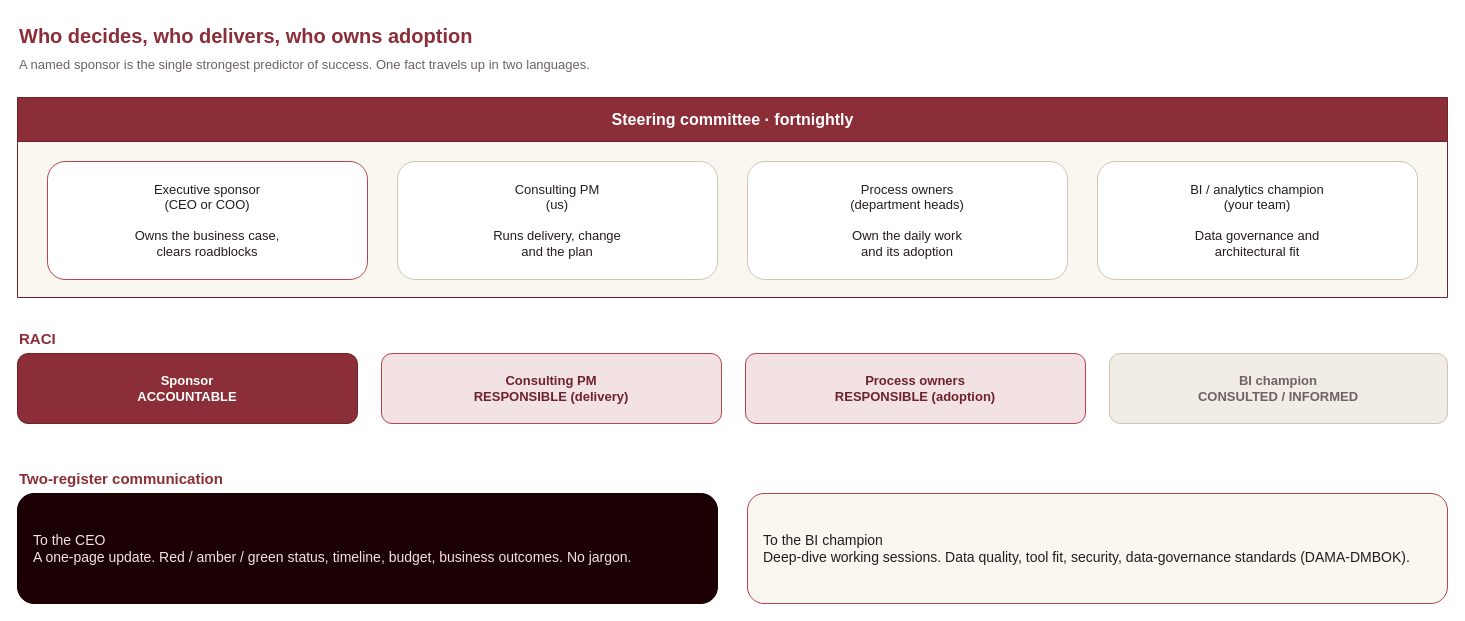
ademczuk/top-spirit-delivery keeps this draw.io diagram as diagrams/2-governance.drawio. Above is the earlier version. Source tidied: cells renumbered, new cells numbered last; positions are measured from the earlier drawing's top-left corner, leaving out a move shared by most shapes. Both pictures are drawn from the tidied source at 100%, with x=0, y=0 at pixel (17, 17).
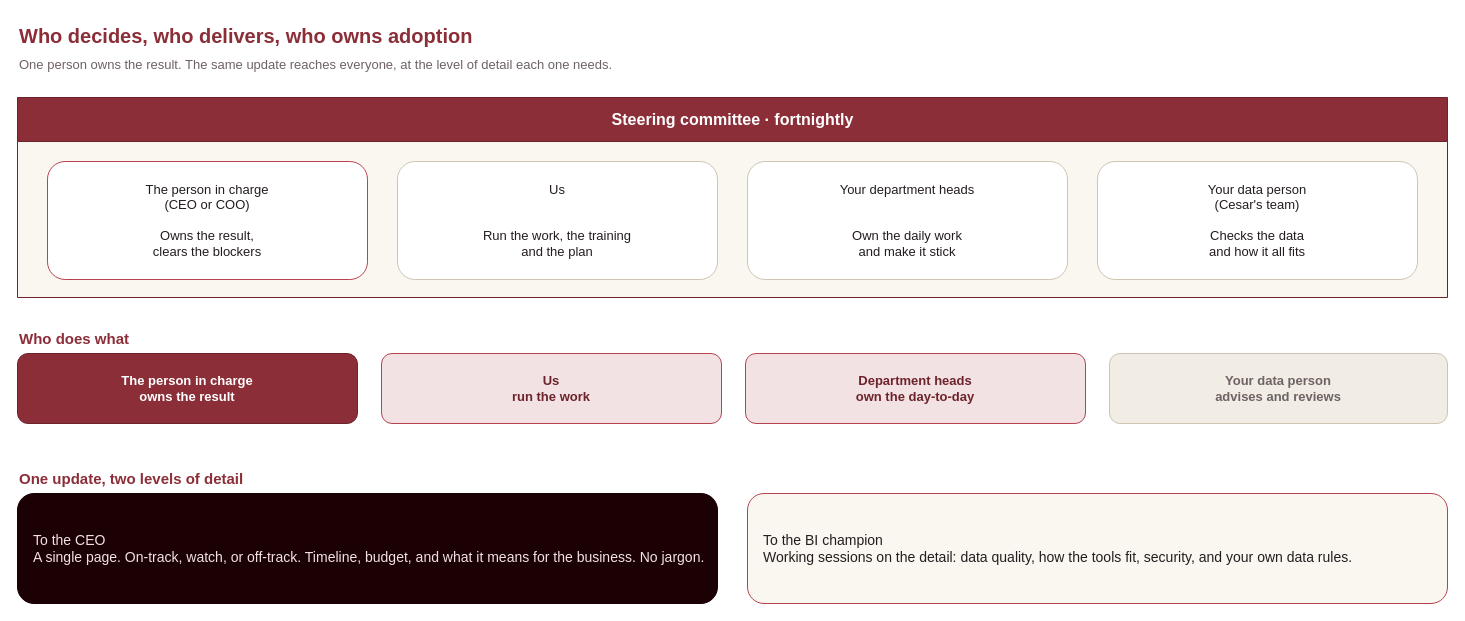
The same diagram, later.

Diff of the diagram source:
```diff
@@
 <mxGraphModel background="#ffffff">
   <root>
     <mxCell id="0" />
     <mxCell id="1" parent="0" />
     <mxCell id="2" value="Who decides, who delivers, who owns adoption" style="text;html=1;align=left;verticalAlign=middle;fontColor=#8b2e38;fontSize=20;fontStyle=1;" parent="1" vertex="1">
       <mxGeometry width="1420" height="36" as="geometry" />
     </mxCell>
-    <mxCell id="3" value="A named sponsor is the single strongest predictor of success. One fact travels up in two languages." style="text;html=1;align=left;verticalAlign=middle;fontColor=#6e6266;fontSize=13;" parent="1" vertex="1">
+    <mxCell id="3" value="One person owns the result. The same update reaches everyone, at the level of detail each one needs." style="text;html=1;align=left;verticalAlign=middle;fontColor=#6e6266;fontSize=13;" parent="1" vertex="1">
       <mxGeometry y="36" width="1420" height="22" as="geometry" />
     </mxCell>
     <mxCell id="4" value="Steering committee  ·  fortnightly" style="swimlane;html=1;startSize=44;fillColor=#8b2e38;swimlaneFillColor=#faf6f0;strokeColor=#6d232b;fontColor=#ffffff;fontSize=16;fontStyle=1;align=center;" parent="1" vertex="1">
       <mxGeometry y="80" width="1430" height="200" as="geometry" />
     </mxCell>
-    <mxCell id="5" value="Executive sponsor&#10;(CEO or COO)&#10;&#10;Owns the business case,&#10;clears roadblocks" style="rounded=1;html=1;whiteSpace=wrap;fillColor=#ffffff;strokeColor=#b6434f;fontColor=#241d1f;fontSize=13;align=center;verticalAlign=middle;" parent="4" vertex="1">
+    <mxCell id="5" value="The person in charge&#10;(CEO or COO)&#10;&#10;Owns the result,&#10;clears the blockers" style="rounded=1;html=1;whiteSpace=wrap;fillColor=#ffffff;strokeColor=#b6434f;fontColor=#241d1f;fontSize=13;align=center;verticalAlign=middle;" parent="4" vertex="1">
       <mxGeometry x="30" y="64" width="320" height="118" as="geometry" />
     </mxCell>
-    <mxCell id="6" value="Consulting PM&#10;(us)&#10;&#10;Runs delivery, change&#10;and the plan" style="rounded=1;html=1;whiteSpace=wrap;fillColor=#ffffff;strokeColor=#cfc4b4;fontColor=#241d1f;fontSize=13;align=center;verticalAlign=middle;" parent="4" vertex="1">
+    <mxCell id="6" value="Us&#10;&#10;&#10;Run the work, the training&#10;and the plan" style="rounded=1;html=1;whiteSpace=wrap;fillColor=#ffffff;strokeColor=#cfc4b4;fontColor=#241d1f;fontSize=13;align=center;verticalAlign=middle;" parent="4" vertex="1">
       <mxGeometry x="380" y="64" width="320" height="118" as="geometry" />
     </mxCell>
-    <mxCell id="7" value="Process owners&#10;(department heads)&#10;&#10;Own the daily work&#10;and its adoption" style="rounded=1;html=1;whiteSpace=wrap;fillColor=#ffffff;strokeColor=#cfc4b4;fontColor=#241d1f;fontSize=13;align=center;verticalAlign=middle;" parent="4" vertex="1">
+    <mxCell id="7" value="Your department heads&#10;&#10;&#10;Own the daily work&#10;and make it stick" style="rounded=1;html=1;whiteSpace=wrap;fillColor=#ffffff;strokeColor=#cfc4b4;fontColor=#241d1f;fontSize=13;align=center;verticalAlign=middle;" parent="4" vertex="1">
       <mxGeometry x="730" y="64" width="320" height="118" as="geometry" />
     </mxCell>
-    <mxCell id="8" value="BI / analytics champion&#10;(your team)&#10;&#10;Data governance and&#10;architectural fit" style="rounded=1;html=1;whiteSpace=wrap;fillColor=#ffffff;strokeColor=#cfc4b4;fontColor=#241d1f;fontSize=13;align=center;verticalAlign=middle;" parent="4" vertex="1">
+    <mxCell id="8" value="Your data person&#10;(Cesar's team)&#10;&#10;Checks the data&#10;and how it all fits" style="rounded=1;html=1;whiteSpace=wrap;fillColor=#ffffff;strokeColor=#cfc4b4;fontColor=#241d1f;fontSize=13;align=center;verticalAlign=middle;" parent="4" vertex="1">
       <mxGeometry x="1080" y="64" width="320" height="118" as="geometry" />
     </mxCell>
-    <mxCell id="9" value="RACI" style="text;html=1;align=left;fontColor=#8b2e38;fontSize=15;fontStyle=1;" parent="1" vertex="1">
+    <mxCell id="9" value="Who does what" style="text;html=1;align=left;fontColor=#8b2e38;fontSize=15;fontStyle=1;" parent="1" vertex="1">
       <mxGeometry y="306" width="200" height="24" as="geometry" />
     </mxCell>
-    <mxCell id="10" value="Sponsor&#10;ACCOUNTABLE" style="rounded=1;html=1;whiteSpace=wrap;fillColor=#8b2e38;strokeColor=#6d232b;fontColor=#ffffff;fontSize=13;align=center;verticalAlign=middle;fontStyle=1;" parent="1" vertex="1">
+    <mxCell id="10" value="The person in charge&#10;owns the result" style="rounded=1;html=1;whiteSpace=wrap;fillColor=#8b2e38;strokeColor=#6d232b;fontColor=#ffffff;fontSize=13;align=center;verticalAlign=middle;fontStyle=1;" parent="1" vertex="1">
       <mxGeometry y="336" width="340" height="70" as="geometry" />
     </mxCell>
-    <mxCell id="11" value="Consulting PM&#10;RESPONSIBLE (delivery)" style="rounded=1;html=1;whiteSpace=wrap;fillColor=#f3e2e4;strokeColor=#b6434f;fontColor=#6d232b;fontSize=13;align=center;verticalAlign=middle;fontStyle=1;" parent="1" vertex="1">
+    <mxCell id="11" value="Us&#10;run the work" style="rounded=1;html=1;whiteSpace=wrap;fillColor=#f3e2e4;strokeColor=#b6434f;fontColor=#6d232b;fontSize=13;align=center;verticalAlign=middle;fontStyle=1;" parent="1" vertex="1">
       <mxGeometry x="364" y="336" width="340" height="70" as="geometry" />
     </mxCell>
-    <mxCell id="12" value="Process owners&#10;RESPONSIBLE (adoption)" style="rounded=1;html=1;whiteSpace=wrap;fillColor=#f3e2e4;strokeColor=#b6434f;fontColor=#6d232b;fontSize=13;align=center;verticalAlign=middle;fontStyle=1;" parent="1" vertex="1">
+    <mxCell id="12" value="Department heads&#10;own the day-to-day" style="rounded=1;html=1;whiteSpace=wrap;fillColor=#f3e2e4;strokeColor=#b6434f;fontColor=#6d232b;fontSize=13;align=center;verticalAlign=middle;fontStyle=1;" parent="1" vertex="1">
       <mxGeometry x="728" y="336" width="340" height="70" as="geometry" />
     </mxCell>
-    <mxCell id="13" value="BI champion&#10;CONSULTED / INFORMED" style="rounded=1;html=1;whiteSpace=wrap;fillColor=#f1ece4;strokeColor=#cfc4b4;fontColor=#6e6266;fontSize=13;align=center;verticalAlign=middle;fontStyle=1;" parent="1" vertex="1">
+    <mxCell id="13" value="Your data person&#10;advises and reviews" style="rounded=1;html=1;whiteSpace=wrap;fillColor=#f1ece4;strokeColor=#cfc4b4;fontColor=#6e6266;fontSize=13;align=center;verticalAlign=middle;fontStyle=1;" parent="1" vertex="1">
       <mxGeometry x="1092" y="336" width="338" height="70" as="geometry" />
     </mxCell>
-    <mxCell id="14" value="Two-register communication" style="text;html=1;align=left;fontColor=#8b2e38;fontSize=15;fontStyle=1;" parent="1" vertex="1">
+    <mxCell id="14" value="One update, two levels of detail" style="text;html=1;align=left;fontColor=#8b2e38;fontSize=15;fontStyle=1;" parent="1" vertex="1">
       <mxGeometry y="446" width="360" height="24" as="geometry" />
     </mxCell>
-    <mxCell id="15" value="To the CEO&#10;A one-page update. Red / amber / green status, timeline, budget, business outcomes. No jargon." style="rounded=1;html=1;whiteSpace=wrap;fillColor=#1b0104;strokeColor=#1b0104;fontColor=#f3e2e4;fontSize=14;align=left;verticalAlign=middle;spacingLeft=14;" parent="1" vertex="1">
+    <mxCell id="15" value="To the CEO&#10;A single page. On-track, watch, or off-track. Timeline, budget, and what it means for the business. No jargon." style="rounded=1;html=1;whiteSpace=wrap;fillColor=#1b0104;strokeColor=#1b0104;fontColor=#f3e2e4;fontSize=14;align=left;verticalAlign=middle;spacingLeft=14;" parent="1" vertex="1">
       <mxGeometry y="476" width="700" height="110" as="geometry" />
     </mxCell>
-    <mxCell id="16" value="To the BI champion&#10;Deep-dive working sessions. Data quality, tool fit, security, data-governance standards (DAMA-DMBOK)." style="rounded=1;html=1;whiteSpace=wrap;fillColor=#faf6f0;strokeColor=#b6434f;fontColor=#241d1f;fontSize=14;align=left;verticalAlign=middle;spacingLeft=14;" parent="1" vertex="1">
+    <mxCell id="16" value="To the BI champion&#10;Working sessions on the detail: data quality, how the tools fit, security, and your own data rules." style="rounded=1;html=1;whiteSpace=wrap;fillColor=#faf6f0;strokeColor=#b6434f;fontColor=#241d1f;fontSize=14;align=left;verticalAlign=middle;spacingLeft=14;" parent="1" vertex="1">
       <mxGeometry x="730" y="476" width="700" height="110" as="geometry" />
     </mxCell>
   </root>
 </mxGraphModel>
```
